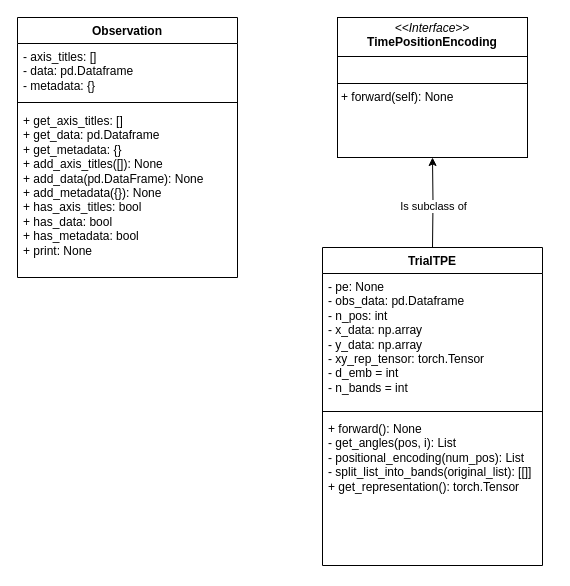
The draw.io diagram design_documents/simpleTransformer_class_diagram.drawio in Javk5pakfa/pytorchSelflearn, before the edit. Source tidied: cells renumbered, new cells numbered last; positions are measured from the earlier drawing's top-left corner, leaving out a move shared by most shapes. Both pictures are drawn from the tidied source at 100%, with x=0, y=0 at pixel (17, 17).
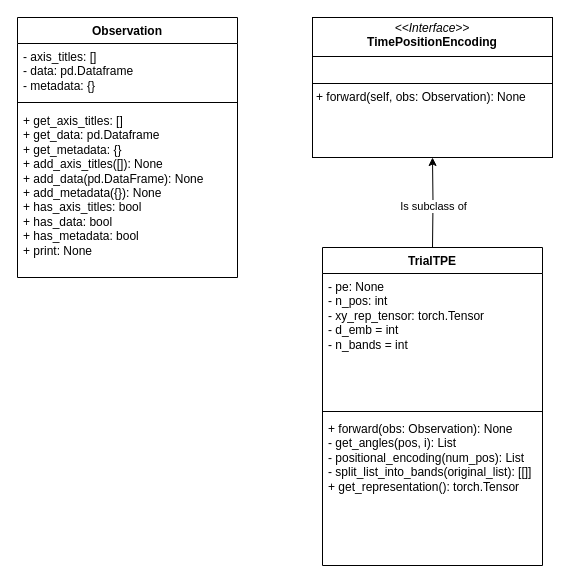
Above is the later version.

Diff of the diagram source:
```diff
@@
 <mxGraphModel>
   <root>
     <mxCell id="0" />
     <mxCell id="1" parent="0" />
     <mxCell id="2" value="Observation" style="swimlane;fontStyle=1;align=center;verticalAlign=top;horizontal=1;startSize=26;whiteSpace=wrap;html=1;" parent="1" vertex="1">
       <mxGeometry width="220" height="260" as="geometry" />
     </mxCell>
     <mxCell id="3" value="- axis_titles: []&lt;div&gt;- data: pd.Dataframe&lt;/div&gt;&lt;div&gt;- metadata: {}&lt;/div&gt;" style="text;strokeColor=none;fillColor=none;align=left;verticalAlign=top;spacingLeft=4;spacingRight=4;overflow=hidden;whiteSpace=wrap;html=1;" parent="2" vertex="1">
       <mxGeometry y="26" width="220" height="54" as="geometry" />
     </mxCell>
     <mxCell id="4" style="line;strokeWidth=1;fillColor=none;align=left;verticalAlign=middle;spacingTop=-1;spacingLeft=3;spacingRight=3;labelPosition=right;strokeColor=inherit;" parent="2" vertex="1">
       <mxGeometry y="80" width="220" height="10" as="geometry" />
     </mxCell>
     <mxCell id="5" value="+ get_axis_titles: []&lt;div&gt;+ get_data: pd.Dataframe&lt;/div&gt;&lt;div&gt;+ get_metadata: {}&lt;/div&gt;&lt;div&gt;+ add_axis_titles([]): None&lt;/div&gt;&lt;div&gt;+ add_data(pd.DataFrame): None&lt;/div&gt;&lt;div&gt;+ add_metadata({}): None&lt;/div&gt;&lt;div&gt;+ has_axis_titles: bool&lt;/div&gt;&lt;div&gt;+ has_data: bool&lt;/div&gt;&lt;div&gt;+ has_metadata: bool&lt;/div&gt;&lt;div&gt;+ print: None&lt;/div&gt;" style="text;strokeColor=none;fillColor=none;align=left;verticalAlign=top;spacingLeft=4;spacingRight=4;overflow=hidden;whiteSpace=wrap;html=1;" parent="2" vertex="1">
       <mxGeometry y="90" width="220" height="170" as="geometry" />
     </mxCell>
-    <mxCell id="6" value="&lt;p style=&quot;margin:0px;margin-top:4px;text-align:center;&quot;&gt;&lt;i&gt;&amp;lt;&amp;lt;Interface&amp;gt;&amp;gt;&lt;/i&gt;&lt;br&gt;&lt;b&gt;TimePositionEncoding&lt;/b&gt;&lt;/p&gt;&lt;hr size=&quot;1&quot; style=&quot;border-style:solid;&quot;&gt;&lt;p style=&quot;margin:0px;margin-left:4px;&quot;&gt;&lt;br&gt;&lt;/p&gt;&lt;hr size=&quot;1&quot; style=&quot;border-style:solid;&quot;&gt;&lt;p style=&quot;margin:0px;margin-left:4px;&quot;&gt;+ forward(self): None&amp;nbsp;&lt;br&gt;&lt;/p&gt;" style="verticalAlign=top;align=left;overflow=fill;html=1;whiteSpace=wrap;" parent="1" vertex="1">
-      <mxGeometry x="320" width="190" height="140" as="geometry" />
+    <mxCell id="6" value="&lt;p style=&quot;margin:0px;margin-top:4px;text-align:center;&quot;&gt;&lt;i&gt;&amp;lt;&amp;lt;Interface&amp;gt;&amp;gt;&lt;/i&gt;&lt;br&gt;&lt;b&gt;TimePositionEncoding&lt;/b&gt;&lt;/p&gt;&lt;hr size=&quot;1&quot; style=&quot;border-style:solid;&quot;&gt;&lt;p style=&quot;margin:0px;margin-left:4px;&quot;&gt;&lt;br&gt;&lt;/p&gt;&lt;hr size=&quot;1&quot; style=&quot;border-style:solid;&quot;&gt;&lt;p style=&quot;margin:0px;margin-left:4px;&quot;&gt;+ forward(self, obs: Observation): None&amp;nbsp;&lt;br&gt;&lt;/p&gt;" style="verticalAlign=top;align=left;overflow=fill;html=1;whiteSpace=wrap;" parent="1" vertex="1">
+      <mxGeometry x="295" width="240" height="140" as="geometry" />
     </mxCell>
     <mxCell id="7" style="edgeStyle=orthogonalEdgeStyle;rounded=0;jettySize=auto;html=1;entryX=0.5;entryY=1;entryDx=0;entryDy=0;" parent="1" edge="1" target="6">
       <mxGeometry relative="1" as="geometry">
         <mxPoint x="415" y="230" as="sourcePoint" />
       </mxGeometry>
     </mxCell>
     <mxCell id="8" value="Is subclass of" style="edgeLabel;html=1;align=center;verticalAlign=middle;" parent="7" vertex="1">
       <mxGeometry y="3" relative="1" as="geometry" />
     </mxCell>
     <mxCell id="9" value="TrialTPE" style="swimlane;fontStyle=1;align=center;verticalAlign=top;horizontal=1;startSize=26;whiteSpace=wrap;html=1;" parent="1" vertex="1">
       <mxGeometry x="305" y="230" width="220" height="318" as="geometry" />
     </mxCell>
-    <mxCell id="10" value="- pe: None&lt;div&gt;- obs_data: pd.Dataframe&lt;/div&gt;&lt;div&gt;- n_pos: int&lt;/div&gt;&lt;div&gt;- x_data: np.array&lt;/div&gt;&lt;div&gt;- y_data: np.array&lt;/div&gt;&lt;div&gt;- xy_rep_tensor: torch.Tensor&lt;/div&gt;&lt;div&gt;- d_emb = int&lt;/div&gt;&lt;div&gt;- n_bands = int&lt;/div&gt;" style="text;strokeColor=none;fillColor=none;align=left;verticalAlign=top;spacingLeft=4;spacingRight=4;overflow=hidden;whiteSpace=wrap;html=1;" parent="9" vertex="1">
+    <mxCell id="10" value="- pe: None&lt;div&gt;- n_pos: int&lt;/div&gt;&lt;div&gt;- xy_rep_tensor: torch.Tensor&lt;/div&gt;&lt;div&gt;- d_emb = int&lt;/div&gt;&lt;div&gt;- n_bands = int&lt;/div&gt;" style="text;strokeColor=none;fillColor=none;align=left;verticalAlign=top;spacingLeft=4;spacingRight=4;overflow=hidden;whiteSpace=wrap;html=1;" parent="9" vertex="1">
       <mxGeometry y="26" width="220" height="134" as="geometry" />
     </mxCell>
     <mxCell id="11" style="line;strokeWidth=1;fillColor=none;align=left;verticalAlign=middle;spacingTop=-1;spacingLeft=3;spacingRight=3;labelPosition=right;strokeColor=inherit;" parent="9" vertex="1">
       <mxGeometry y="160" width="220" height="8" as="geometry" />
     </mxCell>
-    <mxCell id="12" value="+ forward(): None&lt;div&gt;- get_angles(pos, i): List&lt;/div&gt;&lt;div&gt;- positional_encoding(num_pos): List&lt;/div&gt;&lt;div&gt;- split_list_into_bands(original_list): [[]]&lt;/div&gt;&lt;div&gt;+ get_representation(): torch.Tensor&lt;/div&gt;" style="text;strokeColor=none;fillColor=none;align=left;verticalAlign=top;spacingLeft=4;spacingRight=4;overflow=hidden;whiteSpace=wrap;html=1;" parent="9" vertex="1">
+    <mxCell id="12" value="+ forward(obs: Observation): None&lt;div&gt;- get_angles(pos, i): List&lt;/div&gt;&lt;div&gt;- positional_encoding(num_pos): List&lt;/div&gt;&lt;div&gt;- split_list_into_bands(original_list): [[]]&lt;/div&gt;&lt;div&gt;+ get_representation(): torch.Tensor&lt;/div&gt;" style="text;strokeColor=none;fillColor=none;align=left;verticalAlign=top;spacingLeft=4;spacingRight=4;overflow=hidden;whiteSpace=wrap;html=1;" parent="9" vertex="1">
       <mxGeometry y="168" width="220" height="150" as="geometry" />
     </mxCell>
   </root>
 </mxGraphModel>
```
